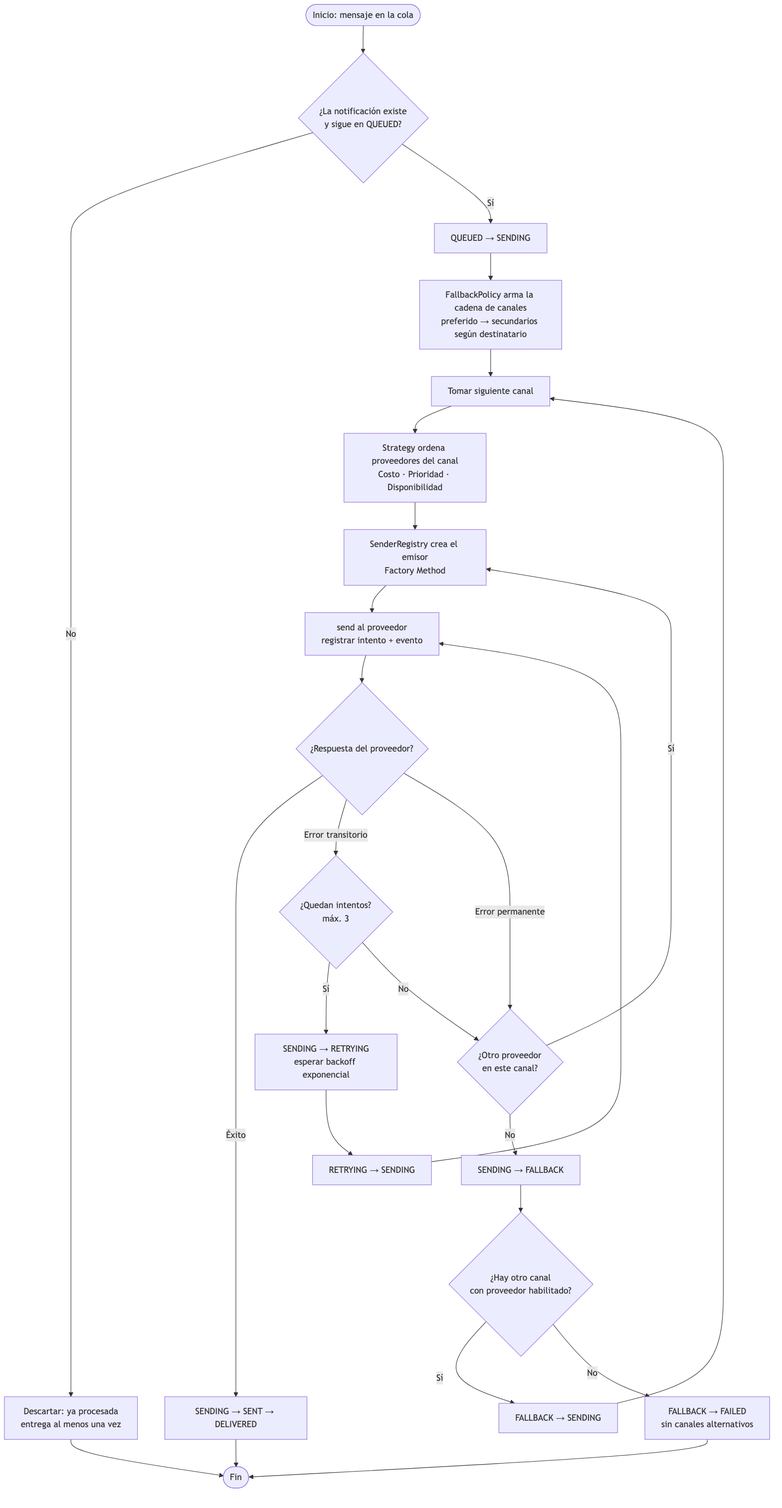
This is docs/diagrams/render/10-flujo-despacho.png from joseraulsoriano/notifyhub, a Mermaid export, as it was before one commit. Its source is kept beside it as docs/diagrams/10-flujo-despacho.mmd.
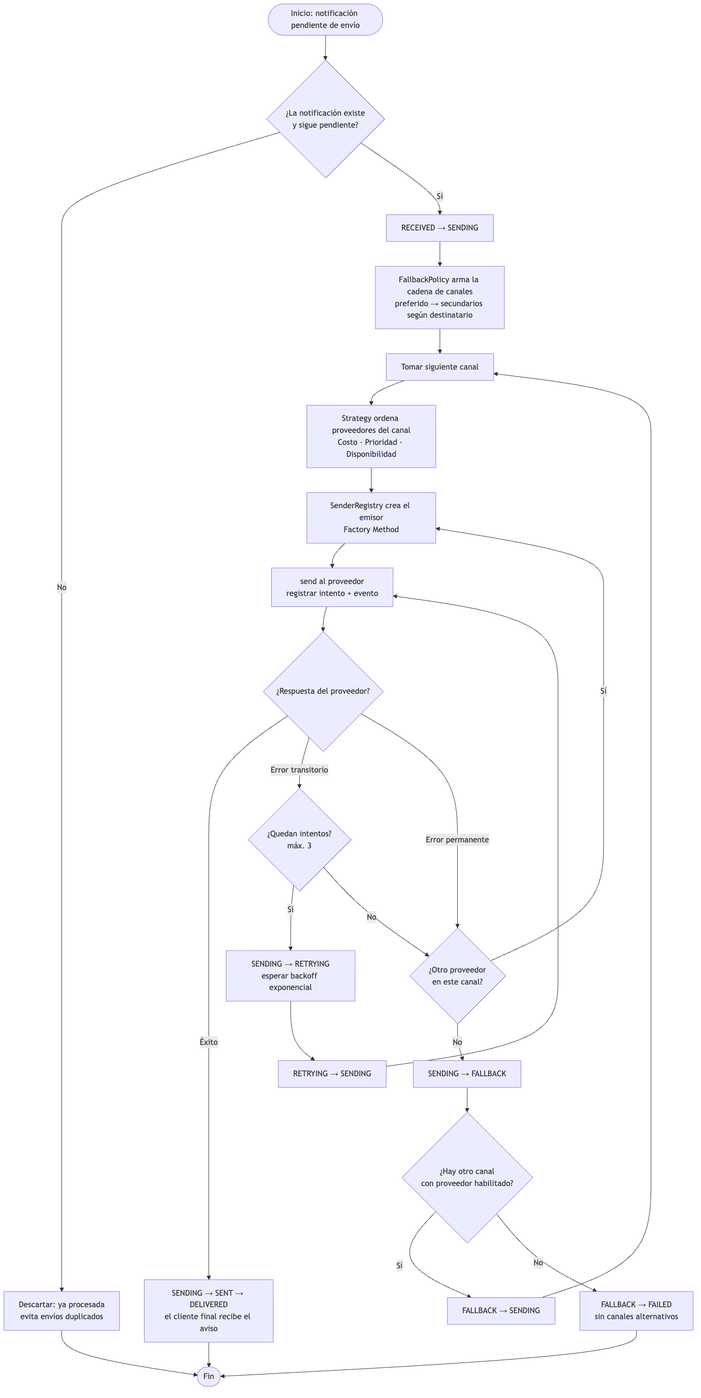
The same file after the commit.

Diff of the diagram source:
```diff
@@ -1,14 +1,14 @@
 flowchart TD
-  A([Inicio: mensaje en la cola]) --> B{¿La notificación existe<br/>y sigue en QUEUED?}
-  B -- No --> B1[Descartar: ya procesada<br/>entrega al menos una vez] --> Z([Fin])
-  B -- Sí --> C[QUEUED → SENDING]
+  A([Inicio: notificación pendiente de envío]) --> B{¿La notificación existe<br/>y sigue pendiente?}
+  B -- No --> B1[Descartar: ya procesada<br/>evita envíos duplicados] --> Z([Fin])
+  B -- Sí --> C[RECEIVED → SENDING]
   C --> D[FallbackPolicy arma la cadena de canales<br/>preferido → secundarios según destinatario]
   D --> E[Tomar siguiente canal]
   E --> F[Strategy ordena proveedores del canal<br/>Costo · Prioridad · Disponibilidad]
   F --> G[SenderRegistry crea el emisor<br/>Factory Method]
   G --> H[send al proveedor<br/>registrar intento + evento]
   H --> I{¿Respuesta del proveedor?}
-  I -- Éxito --> J[SENDING → SENT → DELIVERED] --> Z
+  I -- Éxito --> J[SENDING → SENT → DELIVERED<br/>el cliente final recibe el aviso] --> Z
   I -- Error transitorio --> K{¿Quedan intentos?<br/>máx. 3}
   K -- Sí --> L[SENDING → RETRYING<br/>esperar backoff exponencial] --> M[RETRYING → SENDING] --> H
   K -- No --> N{¿Otro proveedor<br/>en este canal?}
```
